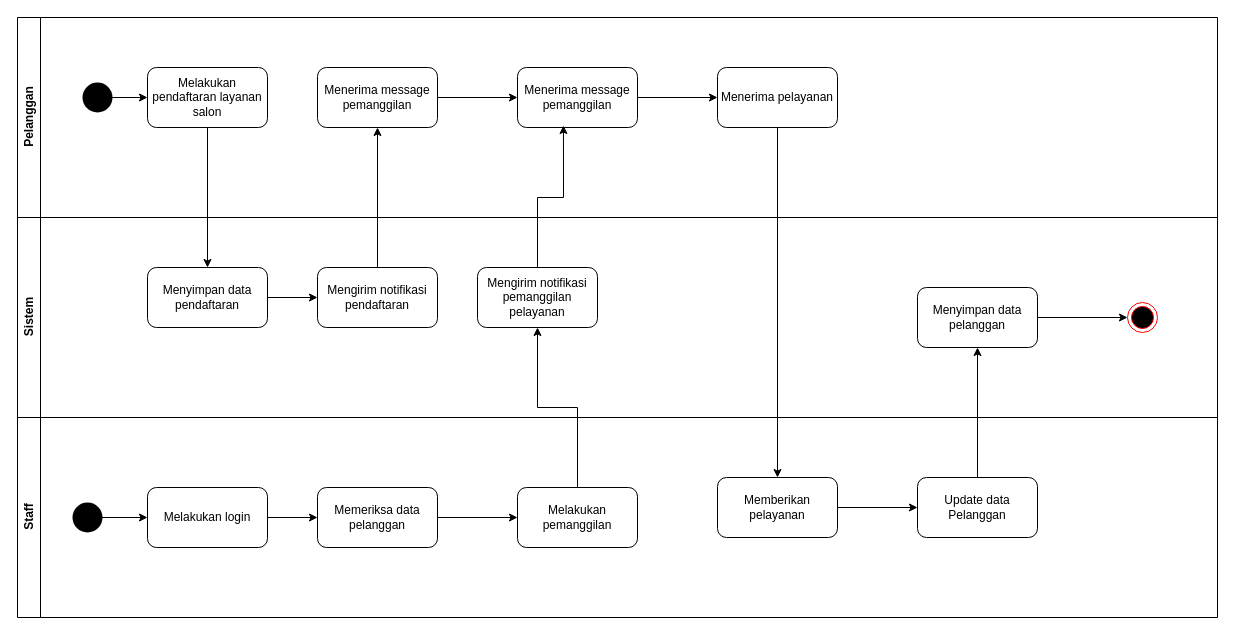
Earlier version of the draw.io diagram probis yurika.drawio (zulzunman/joki). Source tidied: cells renumbered, new cells numbered last; positions are measured from the earlier drawing's top-left corner, leaving out a move shared by most shapes. Both pictures are drawn from the tidied source at 100%, with x=0, y=0 at pixel (17, 17).
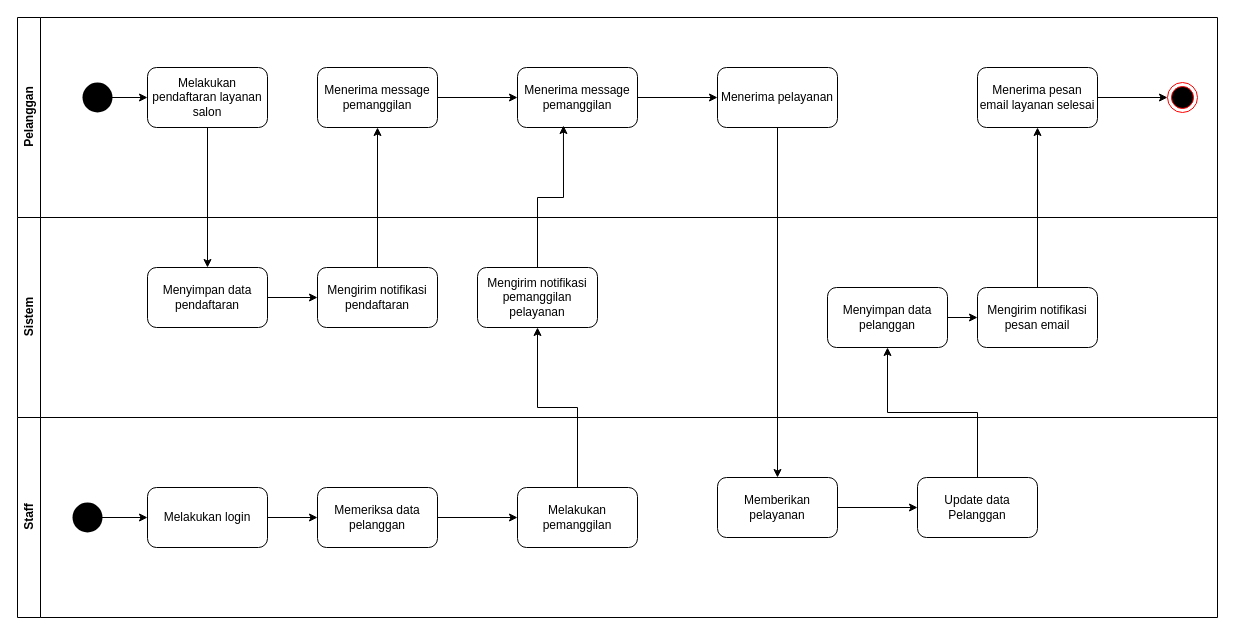
After the change.

The change refers to these unchanged cells:
```xml
<mxCell id="2" value="Pelanggan" style="swimlane;horizontal=0;whiteSpace=wrap;html=1;" parent="1" vertex="1">
  <mxGeometry width="1200" height="200" as="geometry" />
</mxCell>
<mxCell id="11" value="&lt;div&gt;Sistem&lt;/div&gt;" style="swimlane;horizontal=0;whiteSpace=wrap;html=1;" parent="1" vertex="1">
  <mxGeometry y="200" width="1200" height="200" as="geometry" />
</mxCell>
```

Diff of the diagram source:
```diff
@@
+    <mxCell id="36" style="edgeStyle=orthogonalEdgeStyle;rounded=0;jettySize=auto;html=1;" parent="2" edge="1" source="37" target="18">
+      <mxGeometry relative="1" as="geometry" />
+    </mxCell>
+    <mxCell id="37" value="Menerima pesan email layanan selesai" style="whiteSpace=wrap;html=1;rounded=1;" parent="2" vertex="1">
+      <mxGeometry x="960" y="50" width="120" height="60" as="geometry" />
+    </mxCell>
+    <mxCell id="38" value="Mengirim notifikasi pesan email" style="whiteSpace=wrap;html=1;rounded=1;" parent="2" vertex="1">
+      <mxGeometry x="960" y="270" width="120" height="60" as="geometry" />
+    </mxCell>
+    <mxCell id="39" style="edgeStyle=orthogonalEdgeStyle;rounded=0;jettySize=auto;html=1;" parent="2" edge="1" source="38" target="37">
+      <mxGeometry relative="1" as="geometry" />
+    </mxCell>
+    <mxCell id="18" style="ellipse;html=1;shape=endState;fillColor=#000000;strokeColor=#ff0000;" parent="2" vertex="1">
+      <mxGeometry x="1150" y="65" width="30" height="30" as="geometry" />
+    </mxCell>
@@
-    <mxCell id="16" style="edgeStyle=orthogonalEdgeStyle;rounded=0;jettySize=auto;html=1;entryX=0;entryY=0.5;entryDx=0;entryDy=0;" parent="11" edge="1" source="17" target="18">
-      <mxGeometry relative="1" as="geometry" />
-    </mxCell>
     <mxCell id="17" value="Menyimpan data pelanggan" style="whiteSpace=wrap;html=1;rounded=1;" parent="11" vertex="1">
-      <mxGeometry x="900" y="70" width="120" height="60" as="geometry" />
+      <mxGeometry x="810" y="70" width="120" height="60" as="geometry" />
     </mxCell>
-    <mxCell id="18" style="ellipse;html=1;shape=endState;fillColor=#000000;strokeColor=#ff0000;" parent="11" vertex="1">
-      <mxGeometry x="1110" y="85" width="30" height="30" as="geometry" />
-    </mxCell>
@@
+    <mxCell id="40" style="edgeStyle=orthogonalEdgeStyle;rounded=0;jettySize=auto;html=1;" parent="1" edge="1" source="17" target="38">
+      <mxGeometry relative="1" as="geometry" />
+    </mxCell>
```
